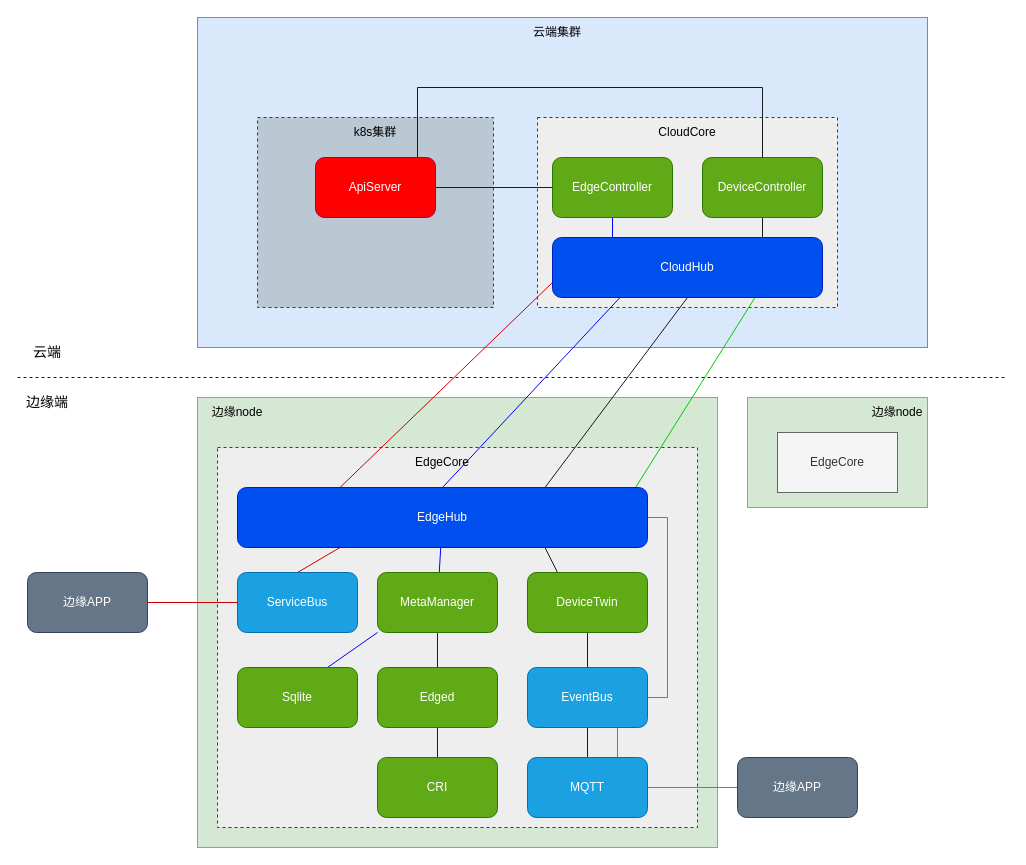
adtxgc/diagrams keeps this draw.io diagram as page "物理架构图" (2 of 3) of kubeedge架构图.drawio. Above is the earlier version. Source tidied: cells renumbered, new cells numbered last; positions are measured from the earlier drawing's top-left corner, leaving out a move shared by most shapes. Both pictures are drawn from the tidied source at 100%, with x=0, y=0 at pixel (17, 17).
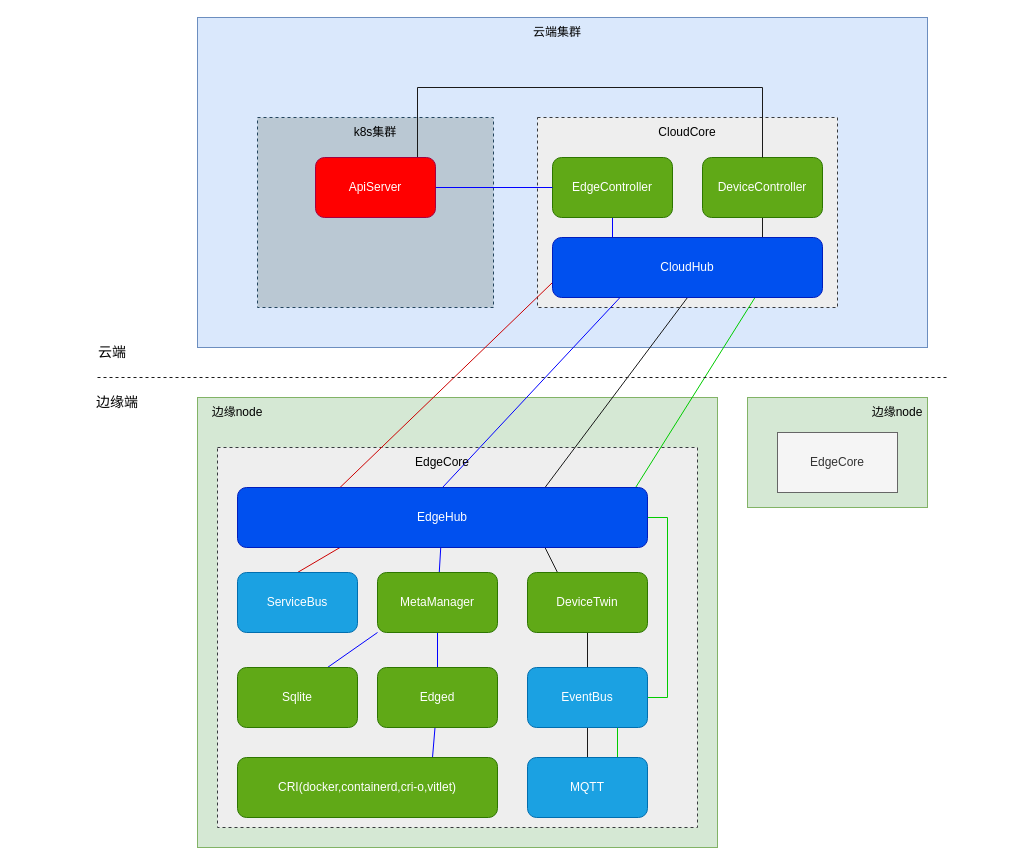
After the change.

Commit message:
更新kubeedge架构图.drawio

Unchanged cells that the change refers to:
```xml
<mxCell id="30" value="Edged" style="rounded=1;whiteSpace=wrap;html=1;fillColor=#60a917;fontColor=#ffffff;strokeColor=#2D7600;" parent="1" vertex="1">
  <mxGeometry x="360" y="650" width="120" height="60" as="geometry" />
</mxCell>
<mxCell id="34" value="ServiceBus" style="rounded=1;whiteSpace=wrap;html=1;fillColor=#1ba1e2;fontColor=#ffffff;strokeColor=#006EAF;" parent="1" vertex="1">
  <mxGeometry x="220" y="555" width="120" height="60" as="geometry" />
</mxCell>
<mxCell id="48" value="MQTT" style="rounded=1;whiteSpace=wrap;html=1;fillColor=#1ba1e2;fontColor=#ffffff;strokeColor=#006EAF;" parent="1" vertex="1">
  <mxGeometry x="510" y="740" width="120" height="60" as="geometry" />
</mxCell>
```

Diff of the diagram source:
```diff
@@
-    <mxCell id="29" style="edgeStyle=none;rounded=0;jettySize=auto;html=1;endArrow=none;endFill=0;strokeColor=#0000FF;" parent="1" edge="1" source="30" target="46">
+    <mxCell id="29" style="edgeStyle=none;rounded=0;jettySize=auto;html=1;endArrow=none;endFill=0;strokeColor=#0000FF;entryX=0.75;entryY=0;entryDx=0;entryDy=0;" parent="1" edge="1" source="30" target="46">
       <mxGeometry relative="1" as="geometry" />
     </mxCell>
@@
-    <mxCell id="44" style="edgeStyle=none;rounded=0;jettySize=auto;html=1;entryX=0;entryY=0.5;entryDx=0;entryDy=0;endArrow=none;endFill=0;strokeColor=#CC0000;" parent="1" edge="1" source="45" target="34">
-      <mxGeometry relative="1" as="geometry" />
-    </mxCell>
-    <mxCell id="45" value="边缘APP" style="rounded=1;whiteSpace=wrap;html=1;fillColor=#647687;fontColor=#ffffff;strokeColor=#314354;" parent="1" vertex="1">
-      <mxGeometry x="10" y="555" width="120" height="60" as="geometry" />
-    </mxCell>
-    <mxCell id="46" value="CRI" style="rounded=1;whiteSpace=wrap;html=1;fillColor=#60a917;fontColor=#ffffff;strokeColor=#2D7600;" parent="1" vertex="1">
-      <mxGeometry x="360" y="740" width="120" height="60" as="geometry" />
+    <mxCell id="46" value="CRI(docker,containerd,cri-o,vitlet)" style="rounded=1;whiteSpace=wrap;html=1;fillColor=#60a917;fontColor=#ffffff;strokeColor=#2D7600;" parent="1" vertex="1">
+      <mxGeometry x="220" y="740" width="260" height="60" as="geometry" />
     </mxCell>
-    <mxCell id="47" style="edgeStyle=none;rounded=0;jettySize=auto;html=1;entryX=0;entryY=0.5;entryDx=0;entryDy=0;endArrow=none;endFill=0;strokeColor=#00CC00;" parent="1" edge="1" source="48" target="49">
-      <mxGeometry relative="1" as="geometry" />
-    </mxCell>
@@
-    <mxCell id="49" value="边缘APP" style="rounded=1;whiteSpace=wrap;html=1;fillColor=#647687;fontColor=#ffffff;strokeColor=#314354;" parent="1" vertex="1">
-      <mxGeometry x="720" y="740" width="120" height="60" as="geometry" />
-    </mxCell>
     <mxCell id="50" style="endArrow=none;html=1;rounded=0;strokeColor=#1A1A1A;dashed=1;" parent="1" edge="1">
       <mxGeometry relative="1" as="geometry">
-        <mxPoint y="360" as="sourcePoint" />
-        <mxPoint x="990" y="360" as="targetPoint" />
+        <mxPoint x="80" y="360" as="sourcePoint" />
+        <mxPoint x="930" y="360" as="targetPoint" />
       </mxGeometry>
     </mxCell>
     <mxCell id="51" value="&lt;font style=&quot;font-size: 14px;&quot;&gt;云端&lt;/font&gt;" style="text;html=1;strokeColor=none;fillColor=none;align=center;verticalAlign=middle;whiteSpace=wrap;rounded=0;" parent="1" vertex="1">
-      <mxGeometry y="320" width="60" height="30" as="geometry" />
+      <mxGeometry x="70" y="320" width="50" height="30" as="geometry" />
     </mxCell>
     <mxCell id="52" value="&lt;font style=&quot;font-size: 14px;&quot;&gt;边缘端&lt;/font&gt;" style="text;html=1;strokeColor=none;fillColor=none;align=center;verticalAlign=middle;whiteSpace=wrap;rounded=0;" parent="1" vertex="1">
-      <mxGeometry y="370" width="60" height="30" as="geometry" />
+      <mxGeometry x="70" y="370" width="60" height="30" as="geometry" />
     </mxCell>
```
